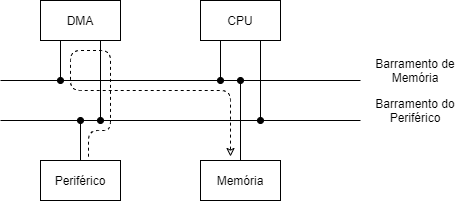
LPI-2020/DWR-19 keeps this draw.io diagram as 03Flowcharts/Perifericos/DMA.png. Above is the earlier version. Source tidied: cells renumbered, new cells last; positions are measured from the earlier drawing's top-left corner, leaving out a move shared by most shapes.
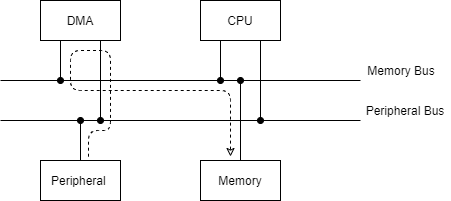
After the commit.

Change to the diagram source:
```diff
@@ -20,17 +20,17 @@
     <mxCell id="5" value="CPU" style="rounded=0;whiteSpace=wrap;html=1;" parent="1" vertex="1">
       <mxGeometry x="200" width="80" height="40" as="geometry" />
     </mxCell>
-    <mxCell id="6" value="Periférico" style="rounded=0;whiteSpace=wrap;html=1;" parent="1" vertex="1">
+    <mxCell id="6" value="Peripheral&amp;nbsp;" style="rounded=0;whiteSpace=wrap;html=1;" parent="1" vertex="1">
       <mxGeometry x="40" y="160" width="80" height="40" as="geometry" />
     </mxCell>
-    <mxCell id="7" value="Memória" style="rounded=0;whiteSpace=wrap;html=1;" parent="1" vertex="1">
+    <mxCell id="7" value="Memory" style="rounded=0;whiteSpace=wrap;html=1;" parent="1" vertex="1">
       <mxGeometry x="200" y="160" width="80" height="40" as="geometry" />
     </mxCell>
-    <mxCell id="8" value="Barramento de Memória" style="text;html=1;strokeColor=none;fillColor=none;align=center;verticalAlign=middle;whiteSpace=wrap;rounded=0;" parent="1" vertex="1">
-      <mxGeometry x="360" y="60" width="110" height="20" as="geometry" />
+    <mxCell id="8" value="Memory Bus" style="text;html=1;strokeColor=none;fillColor=none;align=center;verticalAlign=middle;whiteSpace=wrap;rounded=0;" parent="1" vertex="1">
+      <mxGeometry x="366" y="60" width="70" height="20" as="geometry" />
     </mxCell>
-    <mxCell id="9" value="Barramento do Periférico" style="text;html=1;strokeColor=none;fillColor=none;align=center;verticalAlign=middle;whiteSpace=wrap;rounded=0;" parent="1" vertex="1">
-      <mxGeometry x="360" y="100" width="110" height="20" as="geometry" />
+    <mxCell id="9" value="Peripheral Bus" style="text;html=1;strokeColor=none;fillColor=none;align=center;verticalAlign=middle;whiteSpace=wrap;rounded=0;" parent="1" vertex="1">
+      <mxGeometry x="360" y="100" width="90" height="20" as="geometry" />
     </mxCell>
     <mxCell id="10" style="endArrow=oval;html=1;exitX=0.25;exitY=1;exitDx=0;exitDy=0;startArrow=none;startFill=0;endFill=1;" parent="1" edge="1" source="4">
       <mxGeometry relative="1" as="geometry">
```
